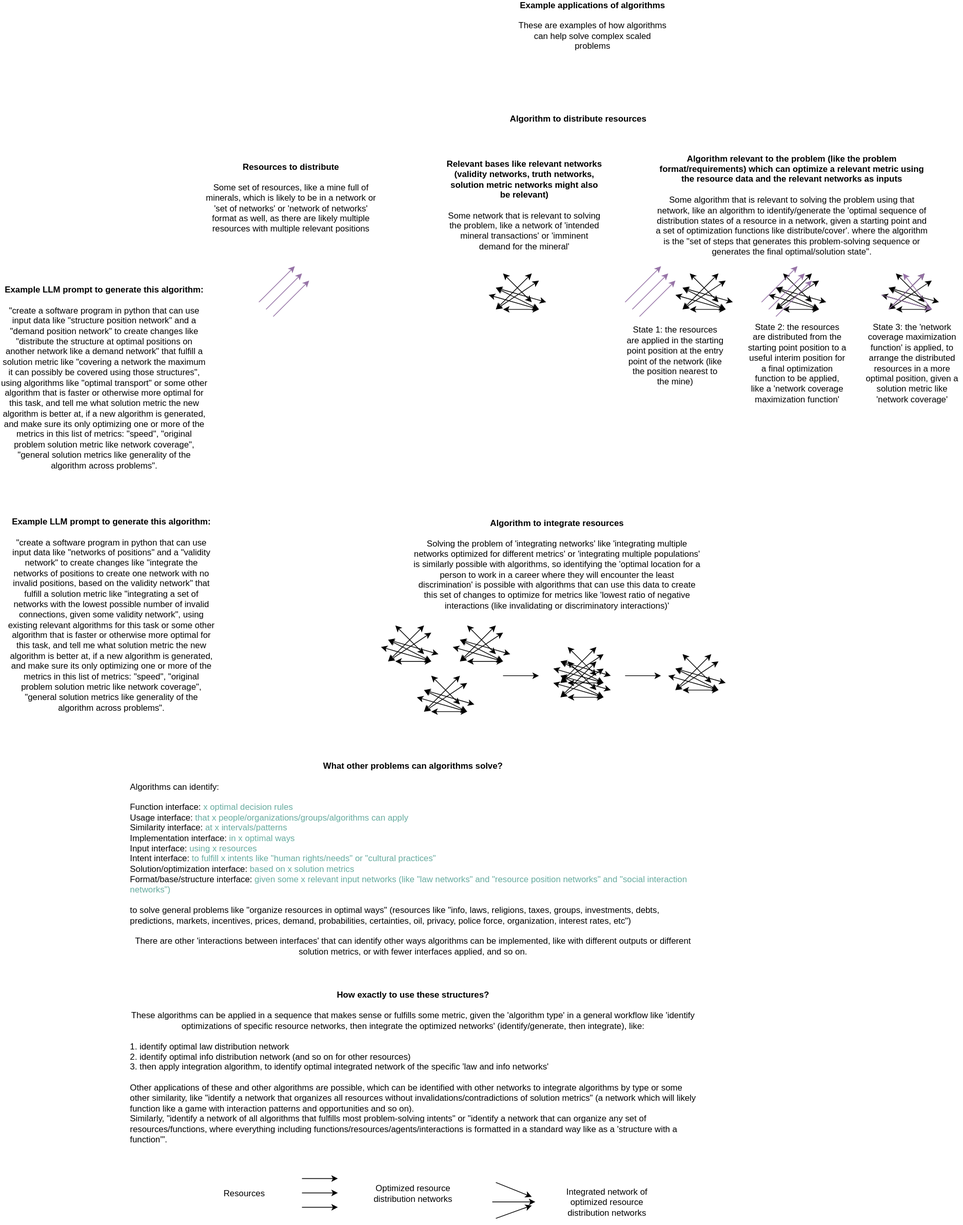
Before: docs/objects/economic_algorithm_examples.drawio.svg, a diagram exported from draw.io (outdreamer/build-a-cure). Source tidied: cells renumbered, new cells last; positions are measured from the earlier drawing's top-left corner, leaving out a move shared by most shapes.
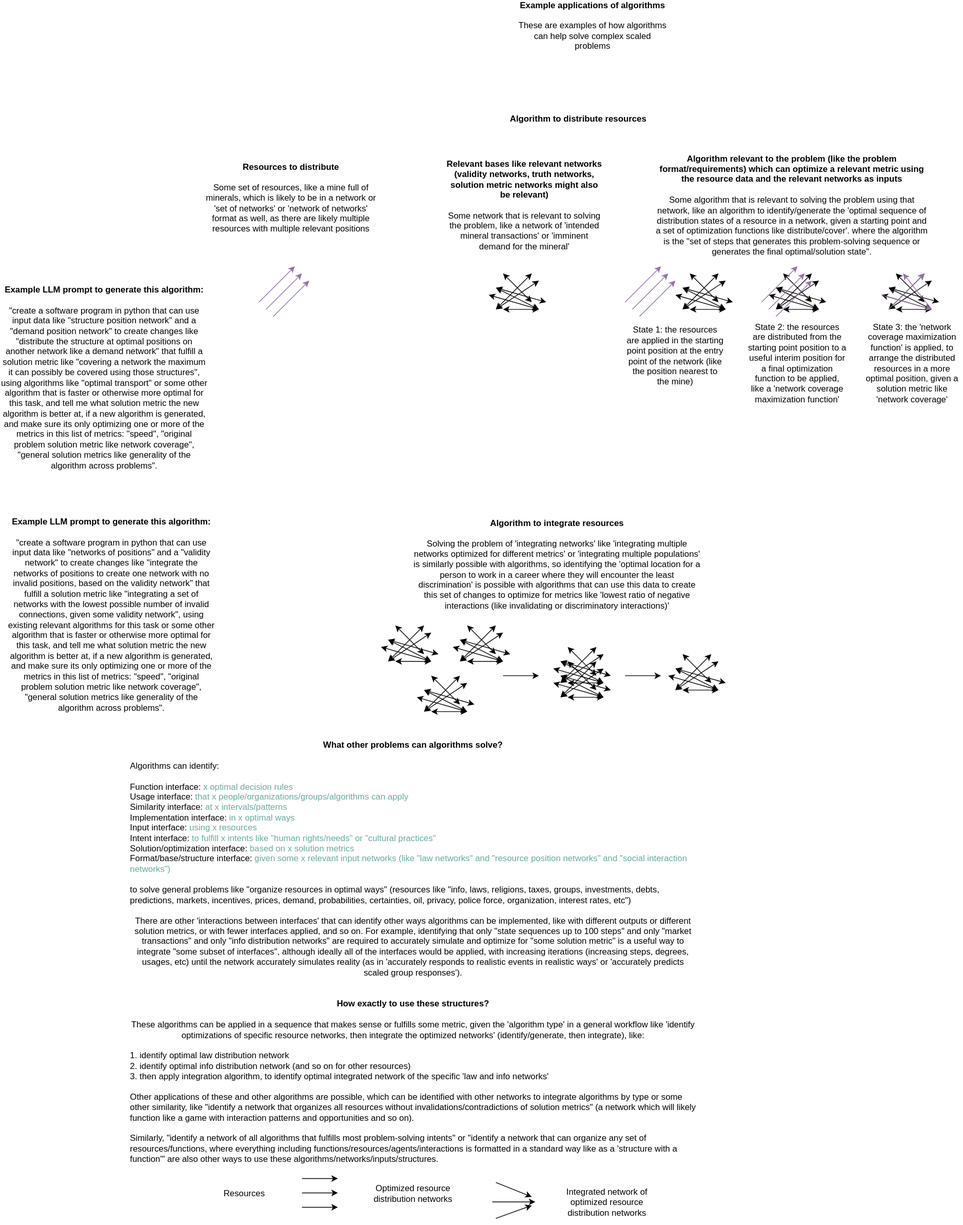
After the commit.

Diff of the diagram source:
```diff
@@ -539,11 +539,11 @@
     <mxCell id="96" value="&lt;b&gt;Example LLM prompt to generate this algorithm:&lt;br&gt;&lt;/b&gt;&amp;nbsp;&lt;br&gt;&quot;create a software program in python that can use input data like &quot;networks of positions&quot; and a &quot;validity network&quot; to create changes like &quot;integrate the networks of positions to create one network with no invalid positions, based on the validity network&quot; that fulfill a solution metric like &quot;integrating a set of networks with the lowest possible number of invalid connections, given some validity network&quot;, using existing relevant algorithms for this task or some other algorithm that is faster or otherwise more optimal for this task, and tell me what solution metric the new algorithm is better at, if a new algorithm is generated, and make sure its only optimizing one or more of the metrics in this list of metrics: &quot;speed&quot;, &quot;original problem solution metric like network coverage&quot;, &quot;general solution metrics like generality of the algorithm across problems&quot;." style="text;html=1;strokeColor=none;fillColor=none;align=center;verticalAlign=middle;whiteSpace=wrap;rounded=0;" parent="1" vertex="1">
       <mxGeometry x="10" y="820" width="290" height="30" as="geometry" />
     </mxCell>
-    <mxCell id="97" value="&lt;b&gt;What other problems can algorithms solve?&lt;/b&gt;&lt;br&gt;&lt;br&gt;&lt;div style=&quot;text-align: left&quot;&gt;&lt;span&gt;Algorithms can identify:&lt;/span&gt;&lt;/div&gt;&lt;div style=&quot;text-align: left&quot;&gt;&lt;span&gt;&lt;br&gt;&lt;/span&gt;&lt;/div&gt;&lt;div style=&quot;text-align: left&quot;&gt;Function interface: &lt;font color=&quot;#67ab9f&quot;&gt;x optimal decision rules&lt;/font&gt;&lt;/div&gt;&lt;div style=&quot;text-align: left&quot;&gt;Usage interface: &lt;font color=&quot;#67ab9f&quot;&gt;that x people/organizations/groups/algorithms can apply&lt;/font&gt;&lt;/div&gt;&lt;div style=&quot;text-align: left&quot;&gt;Similarity interface: &lt;font color=&quot;#67ab9f&quot;&gt;at x intervals/patterns&lt;/font&gt;&lt;/div&gt;&lt;div style=&quot;text-align: left&quot;&gt;Implementation interface: &lt;font color=&quot;#67ab9f&quot;&gt;in x optimal ways&lt;/font&gt;&lt;/div&gt;&lt;div style=&quot;text-align: left&quot;&gt;Input interface: &lt;font color=&quot;#67ab9f&quot;&gt;using x resources&lt;/font&gt;&lt;/div&gt;&lt;div style=&quot;text-align: left&quot;&gt;Intent interface:&lt;font color=&quot;#67ab9f&quot;&gt; to fulfill x intents like &quot;human rights/needs&quot; or &quot;cultural practices&quot;&lt;/font&gt;&lt;/div&gt;&lt;div style=&quot;text-align: left&quot;&gt;Solution/optimization interface: &lt;font color=&quot;#67ab9f&quot;&gt;based on x solution metrics&lt;/font&gt;&lt;/div&gt;&lt;div style=&quot;text-align: left&quot;&gt;Format/base/structure interface: &lt;font color=&quot;#67ab9f&quot;&gt;given some x relevant input networks (like &quot;law networks&quot; and &quot;resource position networks&quot; and &quot;social interaction networks&quot;)&lt;/font&gt;&lt;/div&gt;&lt;div style=&quot;text-align: left&quot;&gt;&lt;span&gt;&lt;br&gt;&lt;/span&gt;&lt;/div&gt;&lt;div style=&quot;text-align: left&quot;&gt;&lt;span&gt;to solve general problems like &quot;organize resources&amp;nbsp;&lt;/span&gt;&lt;span&gt;in optimal ways&quot;&amp;nbsp;&lt;/span&gt;&lt;span&gt;(resources like &quot;info, laws, religions, taxes, groups, investments, debts, predictions, markets, incentives, prices, demand, probabilities, certainties, oil, privacy, police force, organization, interest rates, etc&quot;)&lt;/span&gt;&lt;/div&gt;&lt;span style=&quot;text-align: left&quot;&gt;&lt;br&gt;There are other 'interactions between interfaces' that can identify other ways algorithms can be implemented, like with different outputs or different solution metrics, or with fewer interfaces applied, and so on.&lt;br&gt;&lt;/span&gt;" style="text;html=1;strokeColor=none;fillColor=none;align=center;verticalAlign=middle;whiteSpace=wrap;rounded=0;" parent="1" vertex="1">
+    <mxCell id="97" value="&lt;b&gt;What other problems can algorithms solve?&lt;/b&gt;&lt;br&gt;&lt;br&gt;&lt;div style=&quot;text-align: left&quot;&gt;&lt;span&gt;Algorithms can identify:&lt;/span&gt;&lt;/div&gt;&lt;div style=&quot;text-align: left&quot;&gt;&lt;span&gt;&lt;br&gt;&lt;/span&gt;&lt;/div&gt;&lt;div style=&quot;text-align: left&quot;&gt;Function interface: &lt;font color=&quot;#67ab9f&quot;&gt;x optimal decision rules&lt;/font&gt;&lt;/div&gt;&lt;div style=&quot;text-align: left&quot;&gt;Usage interface: &lt;font color=&quot;#67ab9f&quot;&gt;that x people/organizations/groups/algorithms can apply&lt;/font&gt;&lt;/div&gt;&lt;div style=&quot;text-align: left&quot;&gt;Similarity interface: &lt;font color=&quot;#67ab9f&quot;&gt;at x intervals/patterns&lt;/font&gt;&lt;/div&gt;&lt;div style=&quot;text-align: left&quot;&gt;Implementation interface: &lt;font color=&quot;#67ab9f&quot;&gt;in x optimal ways&lt;/font&gt;&lt;/div&gt;&lt;div style=&quot;text-align: left&quot;&gt;Input interface: &lt;font color=&quot;#67ab9f&quot;&gt;using x resources&lt;/font&gt;&lt;/div&gt;&lt;div style=&quot;text-align: left&quot;&gt;Intent interface:&lt;font color=&quot;#67ab9f&quot;&gt; to fulfill x intents like &quot;human rights/needs&quot; or &quot;cultural practices&quot;&lt;/font&gt;&lt;/div&gt;&lt;div style=&quot;text-align: left&quot;&gt;Solution/optimization interface: &lt;font color=&quot;#67ab9f&quot;&gt;based on x solution metrics&lt;/font&gt;&lt;/div&gt;&lt;div style=&quot;text-align: left&quot;&gt;Format/base/structure interface: &lt;font color=&quot;#67ab9f&quot;&gt;given some x relevant input networks (like &quot;law networks&quot; and &quot;resource position networks&quot; and &quot;social interaction networks&quot;)&lt;/font&gt;&lt;/div&gt;&lt;div style=&quot;text-align: left&quot;&gt;&lt;span&gt;&lt;br&gt;&lt;/span&gt;&lt;/div&gt;&lt;div style=&quot;text-align: left&quot;&gt;&lt;span&gt;to solve general problems like &quot;organize resources&amp;nbsp;&lt;/span&gt;&lt;span&gt;in optimal ways&quot;&amp;nbsp;&lt;/span&gt;&lt;span&gt;(resources like &quot;info, laws, religions, taxes, groups, investments, debts, predictions, markets, incentives, prices, demand, probabilities, certainties, oil, privacy, police force, organization, interest rates, etc&quot;)&lt;/span&gt;&lt;/div&gt;&lt;span style=&quot;text-align: left&quot;&gt;&lt;br&gt;There are other 'interactions between interfaces' that can identify other ways algorithms can be implemented, like with different outputs or different solution metrics, or with fewer interfaces applied, and so on. For example, identifying that only &quot;state sequences up to 100 steps&quot; and only &quot;market transactions&quot; and only &quot;info distribution networks&quot; are required to accurately simulate and optimize for &quot;some solution metric&quot; is a useful way to integrate &quot;some subset of interfaces&quot;, although ideally all of the interfaces would be applied, with increasing iterations (increasing steps, degrees, usages, etc) until the network accurately simulates reality (as in 'accurately responds to realistic events in realistic ways' or 'accurately predicts scaled group responses').&lt;br&gt;&lt;/span&gt;" style="text;html=1;strokeColor=none;fillColor=none;align=center;verticalAlign=middle;whiteSpace=wrap;rounded=0;" parent="1" vertex="1">
       <mxGeometry x="180" y="1160" width="790" height="30" as="geometry" />
     </mxCell>
-    <mxCell id="98" value="&lt;b&gt;How exactly to use these structures?&lt;/b&gt;&lt;br&gt;&lt;div style=&quot;text-align: left&quot;&gt;&lt;/div&gt;&lt;span&gt;&lt;br&gt;These algorithms can be applied in a sequence that makes sense or fulfills some metric, given the 'algorithm type' in a general workflow like 'identify optimizations of specific resource networks, then integrate the optimized networks' (identify/generate, then integrate), like:&lt;br&gt;&lt;br&gt;&lt;div style=&quot;text-align: left&quot;&gt;&lt;span&gt;1. identify optimal law distribution network&lt;/span&gt;&lt;/div&gt;&lt;div style=&quot;text-align: left&quot;&gt;&lt;span&gt;2. identify optimal info distribution network (and so on for other resources)&lt;/span&gt;&lt;/div&gt;&lt;div style=&quot;text-align: left&quot;&gt;&lt;span&gt;3. then apply integration algorithm, to identify optimal integrated network of the specific 'law and info networks'&lt;/span&gt;&lt;/div&gt;&lt;div style=&quot;text-align: left&quot;&gt;&lt;span&gt;&lt;br&gt;&lt;/span&gt;&lt;/div&gt;&lt;div style=&quot;text-align: left&quot;&gt;&lt;span&gt;Other applications of these and other algorithms are possible, which can be identified with other networks to integrate algorithms by type or some other similarity, like &quot;identify a network that organizes all resources without invalidations/contradictions of solution metrics&quot; (a network which will likely function like a game with interaction patterns and opportunities and so on).&amp;nbsp;&lt;/span&gt;&lt;/div&gt;&lt;div style=&quot;text-align: left&quot;&gt;&lt;span&gt;Similarly, &quot;identify a network of all algorithms that fulfills most problem-solving intents&quot; or &quot;identify a network that can organize any set of resources/functions, where everything including functions/resources/agents/interactions is formatted in a standard way like as a 'structure with a function'&quot;.&lt;/span&gt;&lt;/div&gt;&lt;/span&gt;" style="text;html=1;strokeColor=none;fillColor=none;align=center;verticalAlign=middle;whiteSpace=wrap;rounded=0;" parent="1" vertex="1">
-      <mxGeometry x="180" y="1390" width="790" height="150" as="geometry" />
+    <mxCell id="98" value="&lt;b&gt;How exactly to use these structures?&lt;/b&gt;&lt;br&gt;&lt;div style=&quot;text-align: left&quot;&gt;&lt;/div&gt;&lt;span&gt;&lt;br&gt;These algorithms can be applied in a sequence that makes sense or fulfills some metric, given the 'algorithm type' in a general workflow like 'identify optimizations of specific resource networks, then integrate the optimized networks' (identify/generate, then integrate), like:&lt;br&gt;&lt;br&gt;&lt;div style=&quot;text-align: left&quot;&gt;&lt;span&gt;1. identify optimal law distribution network&lt;/span&gt;&lt;/div&gt;&lt;div style=&quot;text-align: left&quot;&gt;&lt;span&gt;2. identify optimal info distribution network (and so on for other resources)&lt;/span&gt;&lt;/div&gt;&lt;div style=&quot;text-align: left&quot;&gt;&lt;span&gt;3. then apply integration algorithm, to identify optimal integrated network of the specific 'law and info networks'&lt;/span&gt;&lt;/div&gt;&lt;div style=&quot;text-align: left&quot;&gt;&lt;span&gt;&lt;br&gt;&lt;/span&gt;&lt;/div&gt;&lt;div style=&quot;text-align: left&quot;&gt;&lt;span&gt;Other applications of these and other algorithms are possible, which can be identified with other networks to integrate algorithms by type or some other similarity, like &quot;identify a network that organizes all resources without invalidations/contradictions of solution metrics&quot; (a network which will likely function like a game with interaction patterns and opportunities and so on).&amp;nbsp;&lt;/span&gt;&lt;/div&gt;&lt;div style=&quot;text-align: left&quot;&gt;&lt;span&gt;&lt;br&gt;&lt;/span&gt;&lt;/div&gt;&lt;div style=&quot;text-align: left&quot;&gt;&lt;span&gt;Similarly, &quot;identify a network of all algorithms that fulfills most problem-solving intents&quot; or &quot;identify a network that can organize any set of resources/functions, where everything including functions/resources/agents/interactions is formatted in a standard way like as a 'structure with a function'&quot; are also other ways to use these algorithms/networks/inputs/structures.&lt;/span&gt;&lt;/div&gt;&lt;/span&gt;" style="text;html=1;strokeColor=none;fillColor=none;align=center;verticalAlign=middle;whiteSpace=wrap;rounded=0;" parent="1" vertex="1">
+      <mxGeometry x="180" y="1410" width="790" height="150" as="geometry" />
     </mxCell>
     <mxCell id="99" style="endArrow=classic;html=1;rounded=0;" parent="1" edge="1">
       <mxGeometry relative="1" as="geometry">
```
